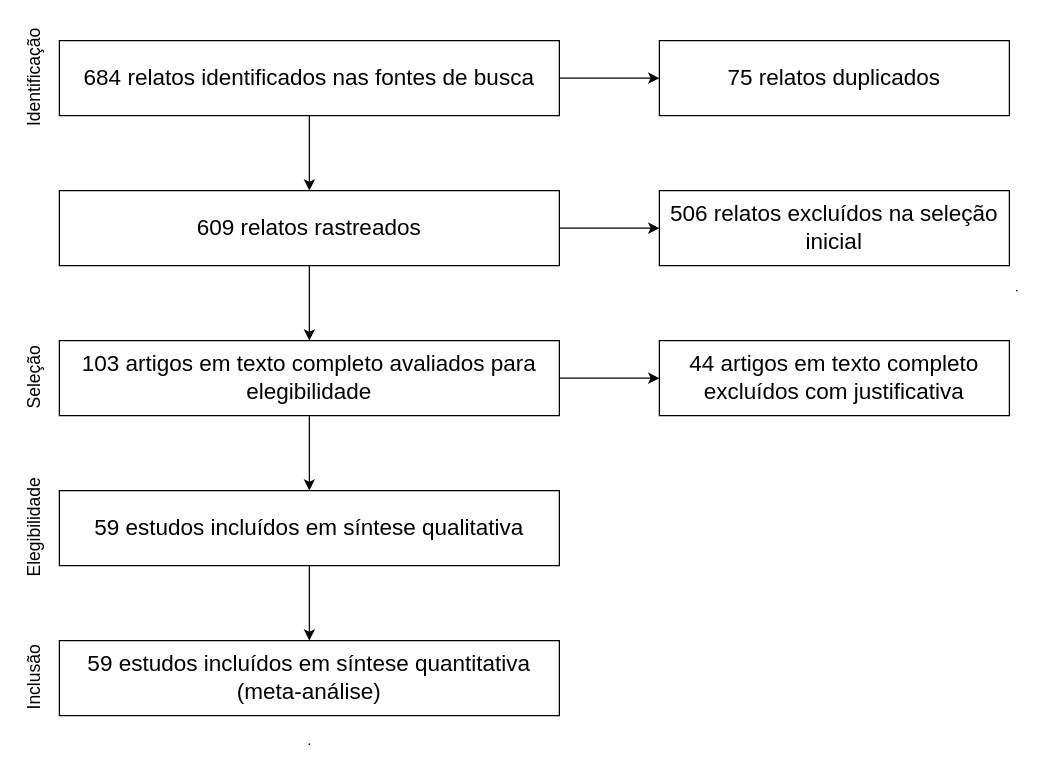
This is fluxo.drawio from liviafernanda/diagrams, a draw.io file, before an edit. Source tidied: cells renumbered, new cells numbered last; positions are measured from the earlier drawing's top-left corner, leaving out a move shared by most shapes. Both pictures are drawn from the tidied source at 125%, with x=0, y=0 at pixel (-22, 40).
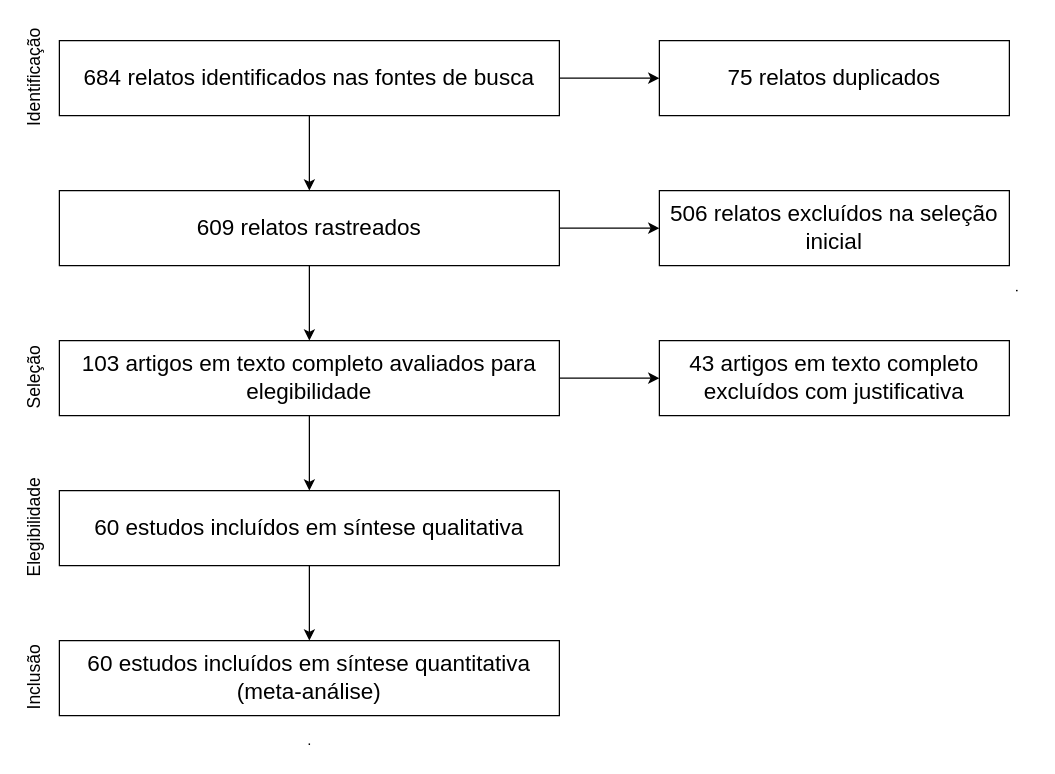
The same diagram, later.

The edit, as a diff of the source:
```diff
@@
-    <mxCell id="15" value="&lt;font style=&quot;font-size: 18px&quot;&gt;44 artigos em texto completo excluídos com justificativa&lt;/font&gt;" style="whiteSpace=wrap;html=1;rounded=0;" parent="1" vertex="1">
+    <mxCell id="15" value="&lt;font style=&quot;font-size: 18px&quot;&gt;43 artigos em texto completo excluídos com justificativa&lt;/font&gt;" style="whiteSpace=wrap;html=1;rounded=0;" parent="1" vertex="1">
       <mxGeometry x="545" y="240" width="280" height="60" as="geometry" />
     </mxCell>
@@
-    <mxCell id="17" value="&lt;font style=&quot;font-size: 18px&quot;&gt;59 estudos incluídos em síntese qualitativa&lt;/font&gt;" style="whiteSpace=wrap;html=1;rounded=0;" parent="1" vertex="1">
+    <mxCell id="17" value="&lt;font style=&quot;font-size: 18px&quot;&gt;60 estudos incluídos em síntese qualitativa&lt;/font&gt;" style="whiteSpace=wrap;html=1;rounded=0;" parent="1" vertex="1">
       <mxGeometry x="65" y="360" width="400" height="60" as="geometry" />
     </mxCell>
-    <mxCell id="18" value="&lt;font style=&quot;font-size: 18px&quot;&gt;59 estudos incluídos em síntese quantitativa (meta-análise)&lt;/font&gt;" style="whiteSpace=wrap;html=1;rounded=0;" parent="1" vertex="1">
+    <mxCell id="18" value="&lt;font style=&quot;font-size: 18px&quot;&gt;60 estudos incluídos em síntese quantitativa (meta-análise)&lt;/font&gt;" style="whiteSpace=wrap;html=1;rounded=0;" parent="1" vertex="1">
       <mxGeometry x="65" y="480" width="400" height="60" as="geometry" />
     </mxCell>
```
